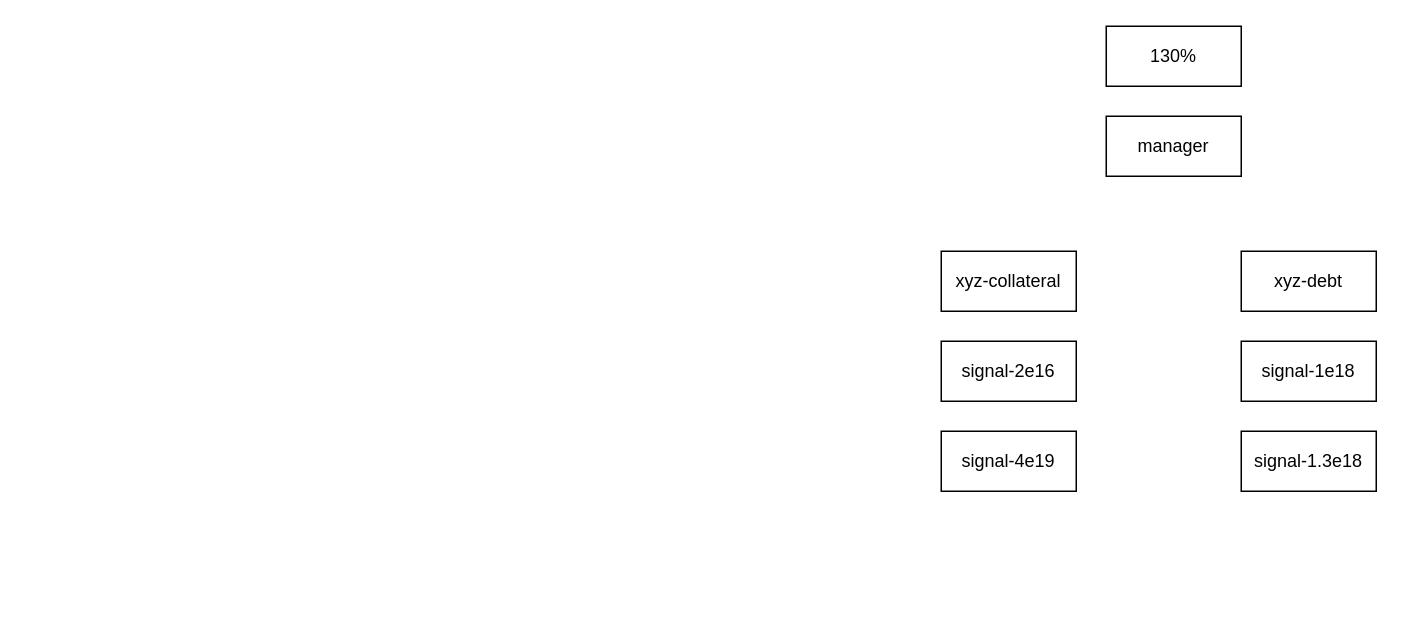
Above: ctf.drawio in caronedot/draw-io (draw.io), before the change. Source tidied: cells renumbered, new cells numbered last; positions are measured from the earlier drawing's top-left corner, leaving out a move shared by most shapes. Both pictures are drawn from the tidied source at 150%, with x=0, y=0 at pixel (940, 26).
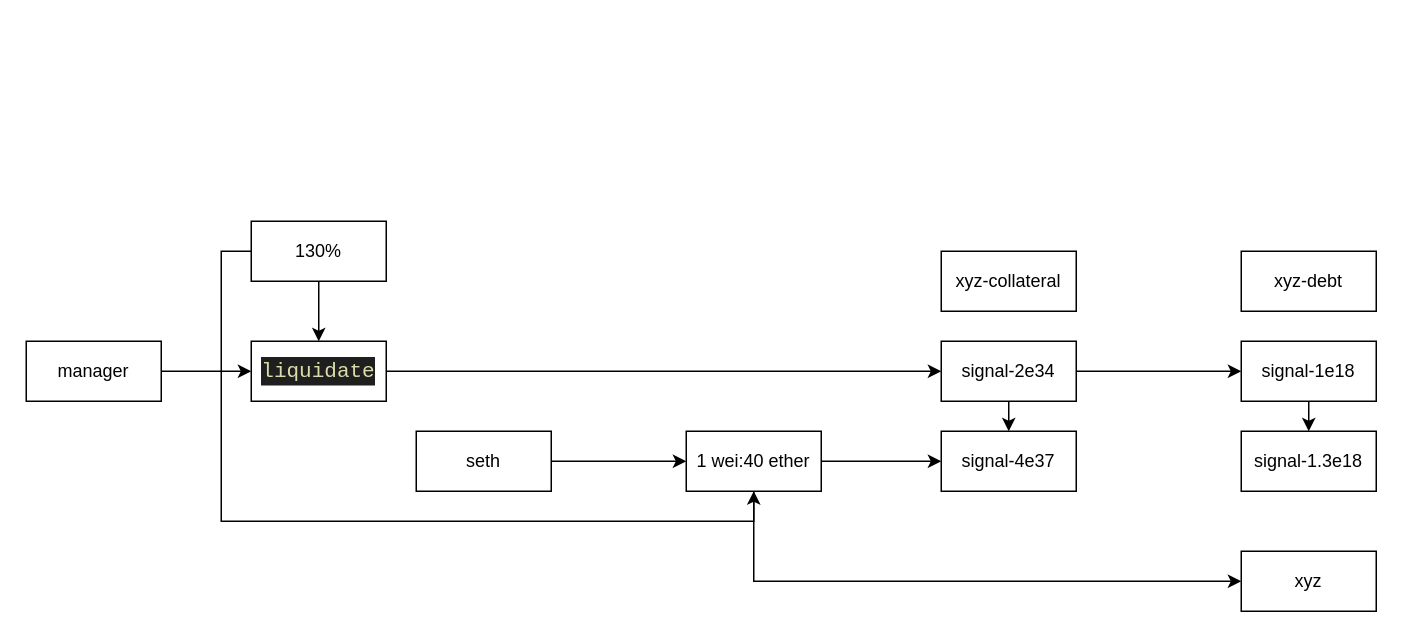
The same diagram, later.

Unchanged cells that the change refers to:
```xml
<mxCell id="5" value="signal-1e18" style="rounded=0;whiteSpace=wrap;html=1;" parent="1" vertex="1">
  <mxGeometry x="200" y="210" width="90" height="40" as="geometry" />
</mxCell>
<mxCell id="9" value="signal-1.3e18" style="rounded=0;whiteSpace=wrap;html=1;" parent="1" vertex="1">
  <mxGeometry x="200" y="270" width="90" height="40" as="geometry" />
</mxCell>
```

What changed in the source:
```diff
@@
+    <mxCell id="10" style="edgeStyle=orthogonalEdgeStyle;rounded=0;jettySize=auto;html=1;exitX=1;exitY=0.5;exitDx=0;exitDy=0;" parent="1" edge="1" source="4" target="5">
+      <mxGeometry relative="1" as="geometry" />
+    </mxCell>
+    <mxCell id="11" style="edgeStyle=orthogonalEdgeStyle;rounded=0;jettySize=auto;html=1;exitX=0.5;exitY=1;exitDx=0;exitDy=0;entryX=0.5;entryY=0;entryDx=0;entryDy=0;" parent="1" edge="1" source="4" target="8">
+      <mxGeometry relative="1" as="geometry" />
+    </mxCell>
-    <mxCell id="4" value="signal-2e16" style="rounded=0;whiteSpace=wrap;html=1;" parent="1" vertex="1">
+    <mxCell id="4" value="signal-2e34" style="rounded=0;whiteSpace=wrap;html=1;" parent="1" vertex="1">
       <mxGeometry y="210" width="90" height="40" as="geometry" />
     </mxCell>
+    <mxCell id="12" style="edgeStyle=orthogonalEdgeStyle;rounded=0;jettySize=auto;html=1;exitX=0.5;exitY=1;exitDx=0;exitDy=0;entryX=0.5;entryY=0;entryDx=0;entryDy=0;" parent="1" edge="1" source="5" target="9">
+      <mxGeometry relative="1" as="geometry" />
+    </mxCell>
@@
+    <mxCell id="13" style="edgeStyle=orthogonalEdgeStyle;rounded=0;jettySize=auto;html=1;exitX=1;exitY=0.5;exitDx=0;exitDy=0;" parent="1" edge="1" source="6" target="22">
+      <mxGeometry relative="1" as="geometry" />
+    </mxCell>
     <mxCell id="6" value="manager" style="rounded=0;whiteSpace=wrap;html=1;" parent="1" vertex="1">
-      <mxGeometry x="110" y="60" width="90" height="40" as="geometry" />
+      <mxGeometry x="-610" y="210" width="90" height="40" as="geometry" />
     </mxCell>
+    <mxCell id="14" style="edgeStyle=orthogonalEdgeStyle;rounded=0;jettySize=auto;html=1;exitX=0.5;exitY=1;exitDx=0;exitDy=0;entryX=0.5;entryY=0;entryDx=0;entryDy=0;" parent="1" edge="1" source="7" target="22">
+      <mxGeometry relative="1" as="geometry" />
+    </mxCell>
+    <mxCell id="15" style="edgeStyle=orthogonalEdgeStyle;rounded=0;jettySize=auto;html=1;exitX=0;exitY=0.5;exitDx=0;exitDy=0;entryX=0.5;entryY=1;entryDx=0;entryDy=0;" parent="1" edge="1" source="7" target="20">
+      <mxGeometry relative="1" as="geometry" />
+    </mxCell>
     <mxCell id="7" value="130%" style="rounded=0;whiteSpace=wrap;html=1;" parent="1" vertex="1">
-      <mxGeometry x="110" width="90" height="40" as="geometry" />
+      <mxGeometry x="-460" y="130" width="90" height="40" as="geometry" />
     </mxCell>
-    <mxCell id="8" value="signal-4e19" style="rounded=0;whiteSpace=wrap;html=1;" parent="1" vertex="1">
+    <mxCell id="8" value="signal-4e37" style="rounded=0;whiteSpace=wrap;html=1;" parent="1" vertex="1">
       <mxGeometry y="270" width="90" height="40" as="geometry" />
     </mxCell>
@@
+    <mxCell id="16" style="edgeStyle=orthogonalEdgeStyle;rounded=0;jettySize=auto;html=1;exitX=1;exitY=0.5;exitDx=0;exitDy=0;entryX=0;entryY=0.5;entryDx=0;entryDy=0;" parent="1" edge="1" source="17" target="20">
+      <mxGeometry relative="1" as="geometry" />
+    </mxCell>
+    <mxCell id="17" value="seth" style="rounded=0;whiteSpace=wrap;html=1;" parent="1" vertex="1">
+      <mxGeometry x="-350" y="270" width="90" height="40" as="geometry" />
+    </mxCell>
+    <mxCell id="18" style="edgeStyle=orthogonalEdgeStyle;rounded=0;jettySize=auto;html=1;exitX=1;exitY=0.5;exitDx=0;exitDy=0;entryX=0;entryY=0.5;entryDx=0;entryDy=0;" parent="1" edge="1" source="20" target="8">
+      <mxGeometry relative="1" as="geometry" />
+    </mxCell>
+    <mxCell id="19" style="edgeStyle=orthogonalEdgeStyle;rounded=0;jettySize=auto;html=1;exitX=0.5;exitY=1;exitDx=0;exitDy=0;entryX=0;entryY=0.5;entryDx=0;entryDy=0;" parent="1" edge="1" source="20" target="23">
+      <mxGeometry relative="1" as="geometry" />
+    </mxCell>
+    <mxCell id="20" value="1 wei:40 ether" style="rounded=0;whiteSpace=wrap;html=1;" parent="1" vertex="1">
+      <mxGeometry x="-170" y="270" width="90" height="40" as="geometry" />
+    </mxCell>
+    <mxCell id="21" style="edgeStyle=orthogonalEdgeStyle;rounded=0;jettySize=auto;html=1;exitX=1;exitY=0.5;exitDx=0;exitDy=0;entryX=0;entryY=0.5;entryDx=0;entryDy=0;" parent="1" edge="1" source="22" target="4">
+      <mxGeometry relative="1" as="geometry" />
+    </mxCell>
+    <mxCell id="22" value="&lt;div style=&quot;color: rgb(204, 204, 204); background-color: rgb(31, 31, 31); font-family: Consolas, &amp;quot;Courier New&amp;quot;, monospace; font-size: 14px; line-height: 19px; white-space: pre;&quot;&gt;&lt;span style=&quot;color: #dcdcaa;&quot;&gt;liquidate&lt;/span&gt;&lt;/div&gt;" style="rounded=0;whiteSpace=wrap;html=1;" parent="1" vertex="1">
+      <mxGeometry x="-460" y="210" width="90" height="40" as="geometry" />
+    </mxCell>
+    <mxCell id="23" value="xyz" style="rounded=0;whiteSpace=wrap;html=1;" parent="1" vertex="1">
+      <mxGeometry x="200" y="350" width="90" height="40" as="geometry" />
+    </mxCell>
```
